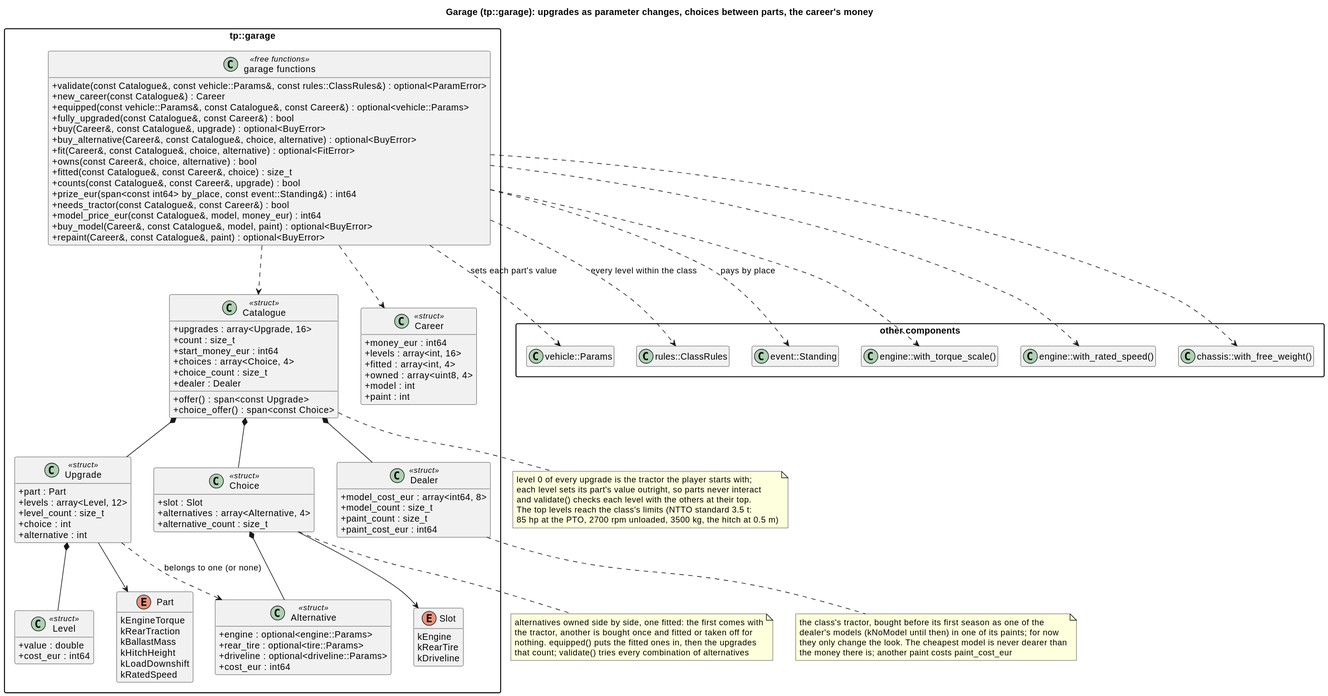
Before: docs/diagrams/svg/garage_classes.svg, a diagram exported from PlantUML (wversteeg/TractorPulling).
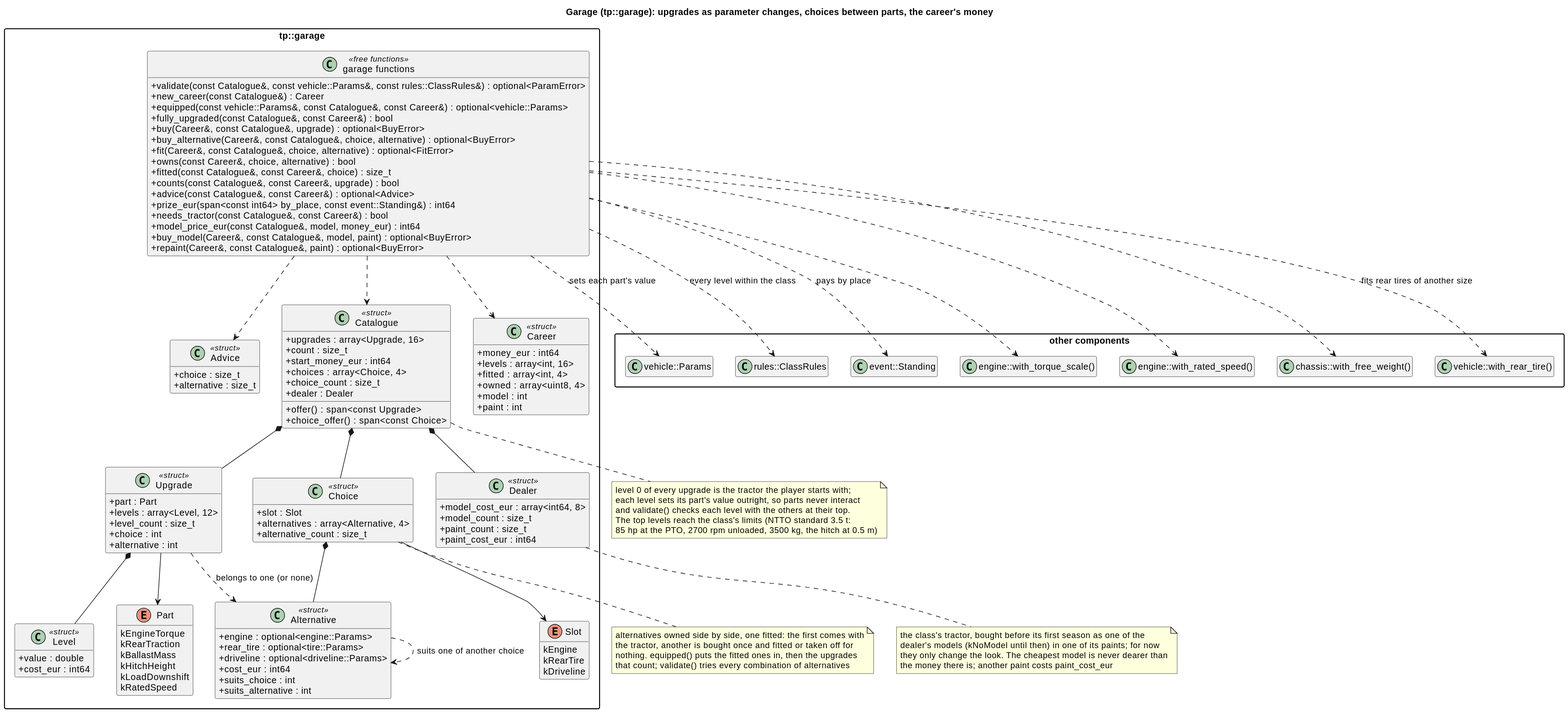
After the change.

Commit message:
Supersport 3.6 t: docs, requirements, diagrams; the crew chief's advice in the flow test

The edit, as a diff of the source:
```diff
@@ -11,6 +11,7 @@
   class "engine::with_torque_scale()" as TorqueScale
   class "engine::with_rated_speed()" as RatedSpeed
   class "chassis::with_free_weight()" as BallastMass
+  class "vehicle::with_rear_tire()" as RearTire
 }
 
 package "tp::garage" {
@@ -43,6 +44,12 @@
     +rear_tire : optional<tire::Params>
     +driveline : optional<driveline::Params>
     +cost_eur : int64
+    +suits_choice : int
+    +suits_alternative : int
+  }
+  class Advice <<struct>> {
+    +choice : size_t
+    +alternative : size_t
   }
   class Choice <<struct>> {
     +slot : Slot
@@ -84,6 +91,7 @@
     +owns(const Career&, choice, alternative) : bool
     +fitted(const Catalogue&, const Career&, choice) : size_t
     +counts(const Catalogue&, const Career&, upgrade) : bool
+    +advice(const Catalogue&, const Career&) : optional<Advice>
     +prize_eur(span<const int64> by_place, const event::Standing&) : int64
     +needs_tractor(const Catalogue&, const Career&) : bool
     +model_price_eur(const Catalogue&, model, money_eur) : int64
@@ -98,6 +106,8 @@
   Upgrade *-- Level
   Upgrade --> Part
   Upgrade ..> Alternative : belongs to one (or none)
+  Alternative ..> Alternative : suits one of another choice
+  GarageFns ..> Advice
   GarageFns ..> Catalogue
   GarageFns ..> Career
 }
@@ -107,6 +117,7 @@
 GarageFns ..> TorqueScale
 GarageFns ..> RatedSpeed
 GarageFns ..> BallastMass
+GarageFns ..> RearTire : fits rear tires of another size
 note bottom of Catalogue
   level 0 of every upgrade is the tractor the player starts with;
   each level sets its part's value outright, so parts never interact
```
